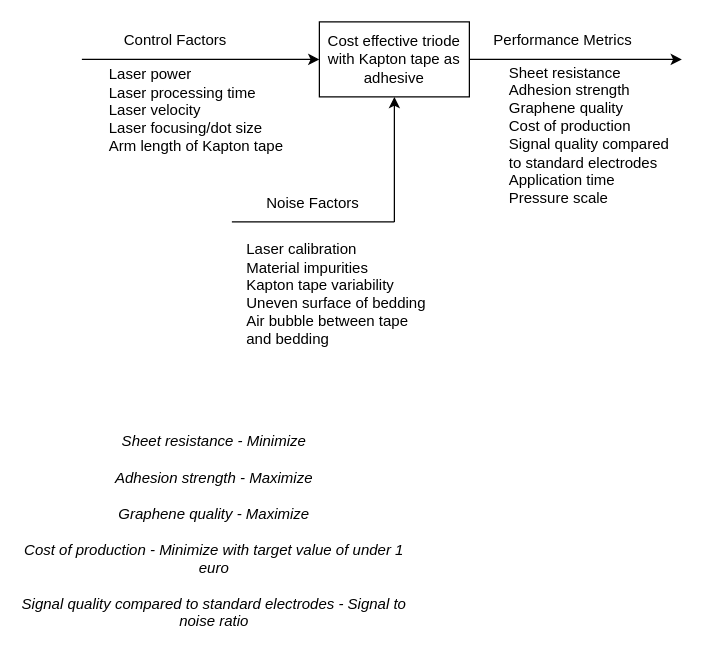
asdismilla/FlowChart keeps this draw.io diagram as bbla.drawio. Above is the earlier version. Source tidied: cells renumbered, new cells numbered last; positions are measured from the earlier drawing's top-left corner, leaving out a move shared by most shapes. Both pictures are drawn from the tidied source at 125%, with x=0, y=0 at pixel (20, 21).
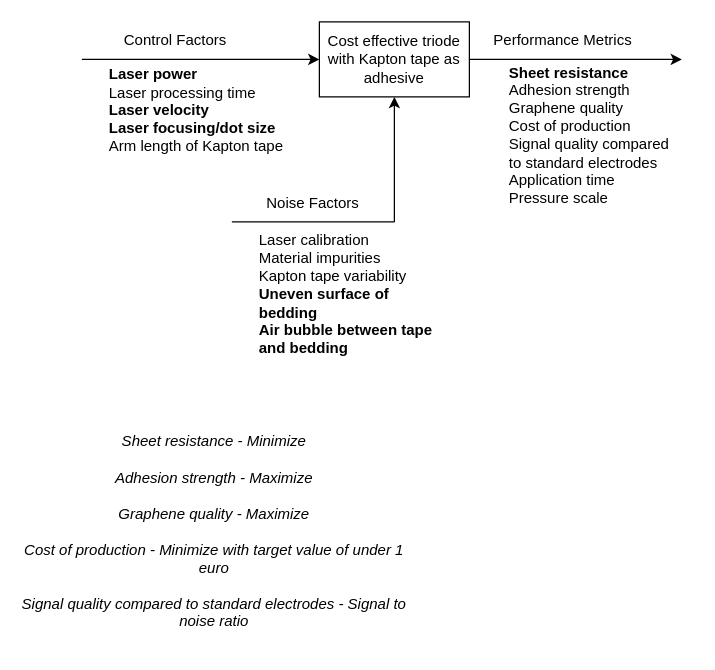
The same page after the edit.

What changed in the source:
```diff
@@
 <mxGraphModel>
   <root>
     <mxCell id="0" />
     <mxCell id="1" parent="0" />
     <mxCell id="2" style="endArrow=classic;html=1;rounded=0;entryX=0;entryY=0.5;entryDx=0;entryDy=0;" parent="1" edge="1" target="4">
       <mxGeometry relative="1" as="geometry">
         <mxPoint x="49" y="30" as="sourcePoint" />
       </mxGeometry>
     </mxCell>
     <mxCell id="3" value="Control Factors" style="text;html=1;align=center;verticalAlign=middle;whiteSpace=wrap;rounded=0;" parent="1" vertex="1">
       <mxGeometry x="69" width="110" height="30" as="geometry" />
     </mxCell>
     <mxCell id="4" value="Cost effective triode with Kapton tape as adhesive" style="rounded=0;whiteSpace=wrap;html=1;" parent="1" vertex="1">
       <mxGeometry x="239" width="120" height="60" as="geometry" />
     </mxCell>
-    <mxCell id="5" value="&lt;div&gt;Laser power&lt;/div&gt;&lt;div&gt;Laser processing time&lt;/div&gt;&lt;div&gt;Laser velocity&lt;/div&gt;&lt;div&gt;Laser focusing/dot size&lt;/div&gt;&lt;div&gt;Arm length of Kapton tape&lt;/div&gt;&lt;div&gt;&lt;br&gt;&lt;/div&gt;&lt;div&gt;&lt;br&gt;&lt;/div&gt;" style="text;html=1;align=left;verticalAlign=middle;whiteSpace=wrap;rounded=0;" parent="1" vertex="1">
+    <mxCell id="5" value="&lt;div&gt;&lt;b&gt;Laser power&lt;/b&gt;&lt;/div&gt;&lt;div&gt;Laser processing time&lt;/div&gt;&lt;div&gt;&lt;b&gt;Laser velocity&lt;/b&gt;&lt;/div&gt;&lt;div&gt;&lt;b&gt;Laser focusing/dot size&lt;/b&gt;&lt;/div&gt;&lt;div&gt;Arm length of Kapton tape&lt;/div&gt;&lt;div&gt;&lt;br&gt;&lt;/div&gt;&lt;div&gt;&lt;br&gt;&lt;/div&gt;" style="text;html=1;align=left;verticalAlign=middle;whiteSpace=wrap;rounded=0;" parent="1" vertex="1">
       <mxGeometry x="69" y="70" width="190" height="30" as="geometry" />
     </mxCell>
     <mxCell id="6" style="endArrow=classic;html=1;rounded=0;entryX=0.5;entryY=1;entryDx=0;entryDy=0;" parent="1" edge="1" target="4">
       <mxGeometry relative="1" as="geometry">
         <mxPoint x="299" y="140" as="sourcePoint" />
       </mxGeometry>
     </mxCell>
     <mxCell id="7" style="endArrow=none;html=1;rounded=0;" parent="1" edge="1">
       <mxGeometry relative="1" as="geometry">
         <mxPoint x="169" y="160" as="sourcePoint" />
         <mxPoint x="299" y="160" as="targetPoint" />
       </mxGeometry>
     </mxCell>
     <mxCell id="8" value="Noise Factors" style="text;html=1;align=center;verticalAlign=middle;whiteSpace=wrap;rounded=0;" parent="1" vertex="1">
       <mxGeometry x="189" y="130" width="90" height="30" as="geometry" />
     </mxCell>
     <mxCell id="9" style="endArrow=classic;html=1;rounded=0;exitX=1;exitY=0.5;exitDx=0;exitDy=0;" parent="1" edge="1" source="4">
       <mxGeometry relative="1" as="geometry">
         <mxPoint x="529" y="30" as="targetPoint" />
       </mxGeometry>
     </mxCell>
     <mxCell id="10" value="Performance Metrics" style="text;html=1;align=center;verticalAlign=middle;whiteSpace=wrap;rounded=0;" parent="1" vertex="1">
       <mxGeometry x="359" width="150" height="30" as="geometry" />
     </mxCell>
-    <mxCell id="11" value="Laser calibration&lt;br&gt;Material impurities&lt;br&gt;Kapton tape variability&amp;nbsp;&lt;br&gt;Uneven surface of bedding&lt;br&gt;Air bubble between tape and bedding&amp;nbsp;&lt;br&gt;&lt;div&gt;&lt;br&gt;&lt;/div&gt;" style="text;html=1;align=left;verticalAlign=middle;whiteSpace=wrap;rounded=0;" parent="1" vertex="1">
-      <mxGeometry x="179" y="210" width="152.5" height="30" as="geometry" />
+    <mxCell id="11" value="Laser calibration&lt;br&gt;Material impurities&lt;br&gt;Kapton tape variability&amp;nbsp;&lt;br&gt;&lt;b&gt;Uneven surface of bedding&lt;br&gt;Air bubble between tape and bedding&amp;nbsp;&lt;/b&gt;&lt;br&gt;&lt;div&gt;&lt;br&gt;&lt;/div&gt;" style="text;html=1;align=left;verticalAlign=middle;whiteSpace=wrap;rounded=0;" parent="1" vertex="1">
+      <mxGeometry x="189" y="210" width="152.5" height="30" as="geometry" />
     </mxCell>
-    <mxCell id="12" value="Sheet resistance&lt;br&gt;Adhesion strength&amp;nbsp;&lt;br&gt;Graphene quality&amp;nbsp;&lt;br&gt;Cost of production&lt;br&gt;Signal quality compared to standard electrodes&lt;br&gt;Application time&lt;br&gt;Pressure scale&lt;br&gt;&lt;br&gt;&amp;nbsp;" style="text;html=1;align=left;verticalAlign=middle;whiteSpace=wrap;rounded=0;" parent="1" vertex="1">
+    <mxCell id="12" value="&lt;b&gt;Sheet resistance&lt;br&gt;&lt;/b&gt;Adhesion strength&amp;nbsp;&lt;br&gt;Graphene quality&amp;nbsp;&lt;br&gt;Cost of production&lt;br&gt;Signal quality compared to standard electrodes&lt;br&gt;Application time&lt;br&gt;Pressure scale&lt;br&gt;&lt;br&gt;&amp;nbsp;" style="text;html=1;align=left;verticalAlign=middle;whiteSpace=wrap;rounded=0;" parent="1" vertex="1">
       <mxGeometry x="389" y="90" width="135" height="30" as="geometry" />
     </mxCell>
     <mxCell id="13" style="edgeStyle=orthogonalEdgeStyle;rounded=0;orthogonalLoop=1;jettySize=auto;html=1;exitX=0.5;exitY=1;exitDx=0;exitDy=0;" parent="1" edge="1" source="5" target="5">
       <mxGeometry relative="1" as="geometry" />
     </mxCell>
     <mxCell id="14" value="&lt;i&gt;Sheet resistance - Minimize&lt;br&gt;&lt;br&gt;Adhesion strength - Maximize&lt;br&gt;&amp;nbsp;&lt;br&gt;Graphene quality - Maximize&lt;br&gt;&amp;nbsp;&lt;br&gt;Cost of production - Minimize with target value of under 1 euro&lt;br&gt;&lt;br&gt;Signal quality compared to standard electrodes - Signal to noise ratio&lt;br&gt;&amp;nbsp;&lt;/i&gt;" style="text;html=1;align=center;verticalAlign=middle;whiteSpace=wrap;rounded=0;" parent="1" vertex="1">
       <mxGeometry x="0.2" y="400" width="310" height="30" as="geometry" />
     </mxCell>
     <mxCell id="15" style="endArrow=none;html=1;rounded=0;" parent="1" edge="1">
       <mxGeometry relative="1" as="geometry">
         <mxPoint x="299" y="160" as="sourcePoint" />
         <mxPoint x="299" y="140" as="targetPoint" />
       </mxGeometry>
     </mxCell>
   </root>
 </mxGraphModel>
```
